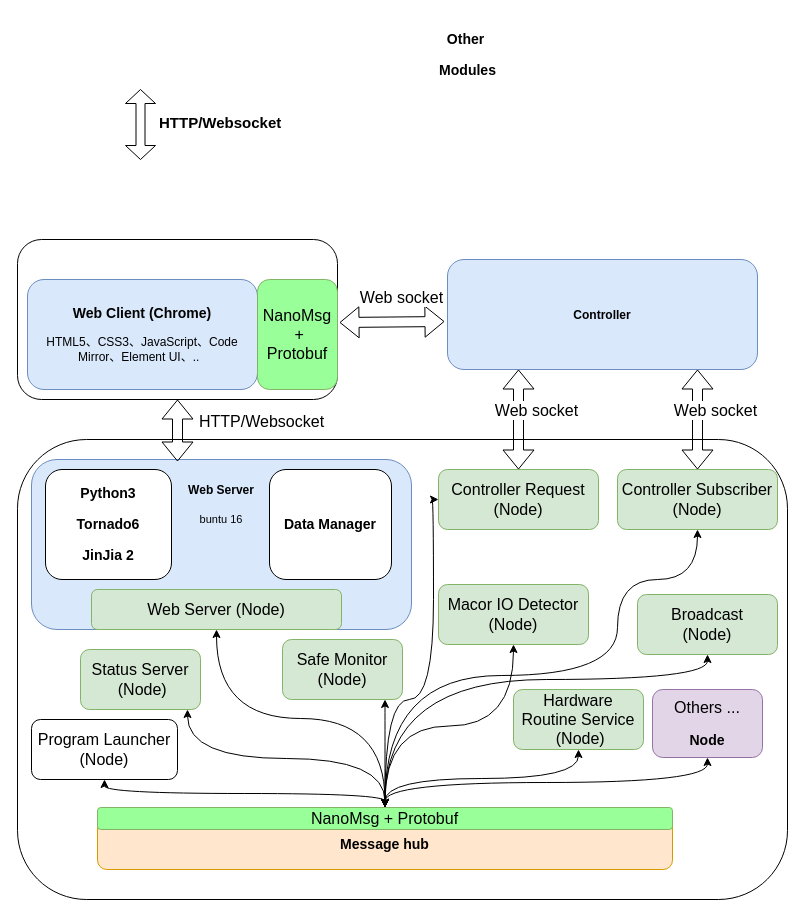
This is page "第 4 页" (4 of 4) of 未命名表单.drawio from pantsli/blog, a draw.io file, before an edit. Source tidied: cells renumbered, new cells numbered last; positions are measured from the earlier drawing's top-left corner, leaving out a move shared by most shapes. Both pictures are drawn from the tidied source at 100%, with x=0, y=0 at pixel (17, 39).
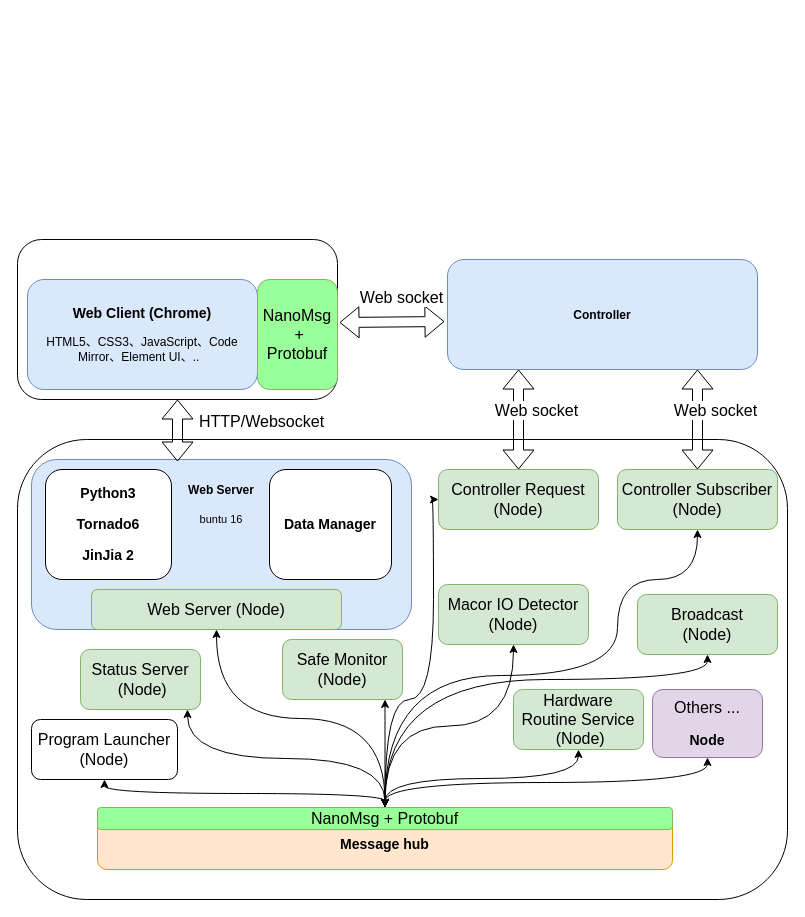
The same diagram, later.

The edit, as a diff of the source:
```diff
@@
-    <mxCell id="5" value="&lt;h3 style=&quot;text-align: center ; white-space: normal ; line-height: 14.04px&quot;&gt;&lt;font style=&quot;font-size: 15px ; line-height: 14.1px&quot;&gt;HTTP/Websocket&lt;/font&gt;&lt;/h3&gt;" style="text;html=1;align=left;verticalAlign=top;spacingTop=-4;" parent="1" vertex="1">
-      <mxGeometry x="140" y="60" width="132" height="42" as="geometry" />
-    </mxCell>
@@
-    <mxCell id="7" value="&lt;h3&gt;Other&amp;nbsp;&lt;/h3&gt;&lt;h3&gt;Modules&lt;/h3&gt;&lt;div&gt;&lt;br&gt;&lt;/div&gt;" style="text;html=1;align=center;verticalAlign=middle;" parent="1" vertex="1">
-      <mxGeometry x="415" width="70" height="45" as="geometry" />
-    </mxCell>
-    <mxCell id="8" style="shape=doubleArrow;direction=south;whiteSpace=wrap;html=1;labelBackgroundColor=#ffffff;fillColor=#ffffff;" parent="1" vertex="1">
-      <mxGeometry x="108" y="50" width="30" height="70" as="geometry" />
-    </mxCell>
```
